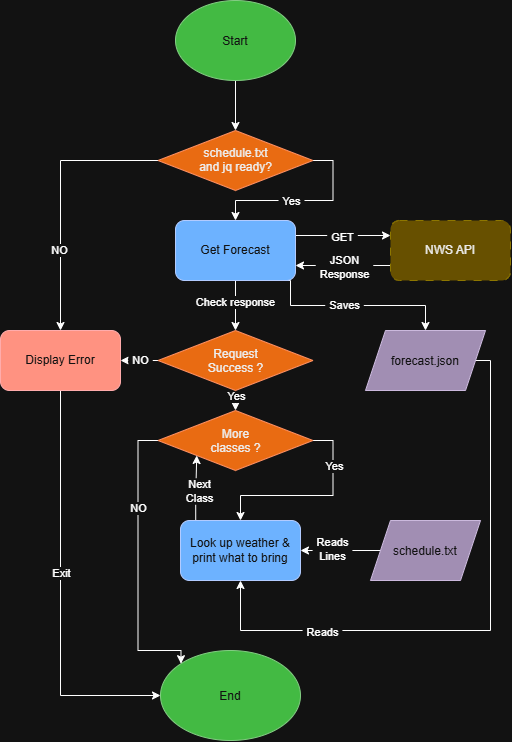
This is docs/diagram.drawio.png from yuvraj-del/jacketcheck, a draw.io export, as it was before one commit. Source tidied: cells renumbered, new cells last; positions are measured from the earlier drawing's top-left corner, leaving out a move shared by most shapes.
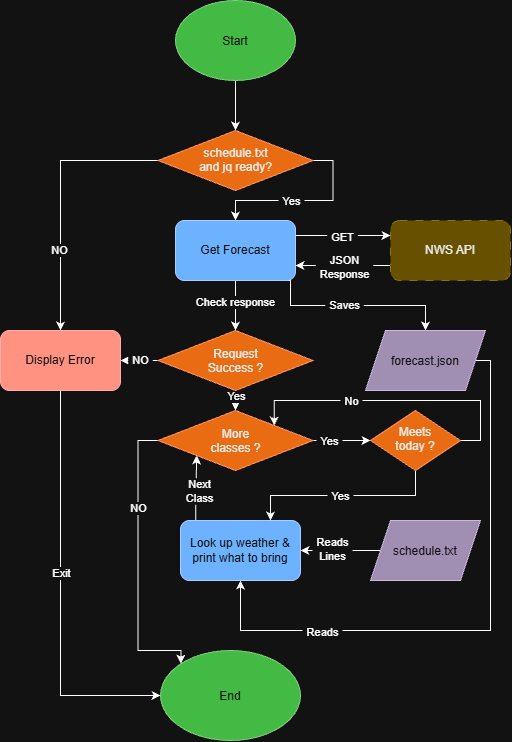
The same diagram one commit later.

Commit message:
Update diagram to show day-based schedule check

Diff of the diagram source:
```diff
@@ -83,12 +83,12 @@
     <mxCell id="22" value="NO" style="edgeLabel;html=1;align=center;verticalAlign=middle;inheritText=1;defaultLabelBackgroundColor=page;labelPadding=0 4;" parent="21" vertex="1">
       <mxGeometry x="-0.39" relative="1" as="geometry" />
     </mxCell>
-    <mxCell id="23" style="edgeStyle=orthogonalEdgeStyle;rounded=0;jettySize=auto;html=1;exitX=1;exitY=0.5;exitDx=0;exitDy=0;entryX=0.5;entryY=0;entryDx=0;entryDy=0;defaultLabelBackgroundColor=page;labelPadding=0 4;" parent="1" edge="1" source="25" target="35">
-      <mxGeometry relative="1" as="geometry" />
-    </mxCell>
-    <mxCell id="24" value="Yes" style="edgeLabel;html=1;align=center;verticalAlign=middle;inheritText=1;defaultLabelBackgroundColor=page;labelPadding=0 4;" parent="23" vertex="1">
-      <mxGeometry x="-0.53" y="1" relative="1" as="geometry" />
-    </mxCell>
+    <mxCell id="42" style="edgeStyle=orthogonalEdgeStyle;rounded=0;jettySize=auto;html=1;exitX=1;exitY=0.5;exitDx=0;exitDy=0;entryX=0;entryY=0.5;entryDx=0;entryDy=0;defaultLabelBackgroundColor=page;labelPadding=0 4;" parent="1" edge="1" source="25" target="48">
+      <mxGeometry relative="1" as="geometry" />
+    </mxCell>
+    <mxCell id="43" value="Yes" style="edgeLabel;html=1;align=center;verticalAlign=middle;inheritText=1;defaultLabelBackgroundColor=page;labelPadding=0 4;" parent="42" vertex="1">
+      <mxGeometry x="-0.43" relative="1" as="geometry" />
+    </mxCell>
     <mxCell id="25" value="More classes ?" style="rhombus;whiteSpace=wrap;html=1;shapeInside=1;fillColor=#fa6800;fontColor=#000000;strokeColor=#C73500;" parent="1" vertex="1">
       <mxGeometry x="157.5" y="410" width="155" height="60" as="geometry" />
     </mxCell>
@@ -156,5 +156,28 @@
     <mxCell id="41" value="schedule.txt" style="shape=parallelogram;perimeter=parallelogramPerimeter;whiteSpace=wrap;html=1;shapeInside=1;fixedSize=1;fillColor=#76608a;fontColor=#ffffff;strokeColor=#432D57;" parent="1" vertex="1">
       <mxGeometry x="370" y="520" width="110" height="60" as="geometry" />
     </mxCell>
+    <mxCell id="44" style="edgeStyle=orthogonalEdgeStyle;rounded=0;jettySize=auto;html=1;exitX=0.5;exitY=1;exitDx=0;exitDy=0;entryX=0.75;entryY=0;entryDx=0;entryDy=0;defaultLabelBackgroundColor=page;labelPadding=0 4;" parent="1" edge="1" source="48" target="35">
+      <mxGeometry relative="1" as="geometry" />
+    </mxCell>
+    <mxCell id="45" value="Yes" style="edgeLabel;html=1;align=center;verticalAlign=middle;inheritText=1;defaultLabelBackgroundColor=page;labelPadding=0 4;" parent="44" vertex="1">
+      <mxGeometry x="0.04" y="1" relative="1" as="geometry" />
+    </mxCell>
+    <mxCell id="46" style="edgeStyle=orthogonalEdgeStyle;rounded=0;jettySize=auto;html=1;exitX=1;exitY=0.5;exitDx=0;exitDy=0;entryX=1;entryY=0;entryDx=0;entryDy=0;defaultLabelBackgroundColor=page;labelPadding=0 4;" parent="1" edge="1" source="48" target="25">
+      <mxGeometry relative="1" as="geometry">
+        <Array as="points">
+          <mxPoint x="480" y="440" />
+          <mxPoint x="480" y="400" />
+          <mxPoint x="273.8" y="400" />
+        </Array>
+      </mxGeometry>
+    </mxCell>
+    <mxCell id="47" value="No" style="edgeLabel;html=1;align=center;verticalAlign=middle;inheritText=1;defaultLabelBackgroundColor=page;labelPadding=0 4;" parent="46" vertex="1">
+      <mxGeometry x="-0.93" y="1" relative="1" as="geometry">
+        <mxPoint x="-121" y="-39" as="offset" />
+      </mxGeometry>
+    </mxCell>
+    <mxCell id="48" value="Meets&lt;div&gt;today ?&lt;/div&gt;" style="rhombus;whiteSpace=wrap;html=1;shapeInside=1;fillColor=#fa6800;fontColor=#000000;strokeColor=#C73500;" parent="1" vertex="1">
+      <mxGeometry x="370" y="410" width="90" height="60" as="geometry" />
+    </mxCell>
   </root>
 </mxGraphModel>
```
